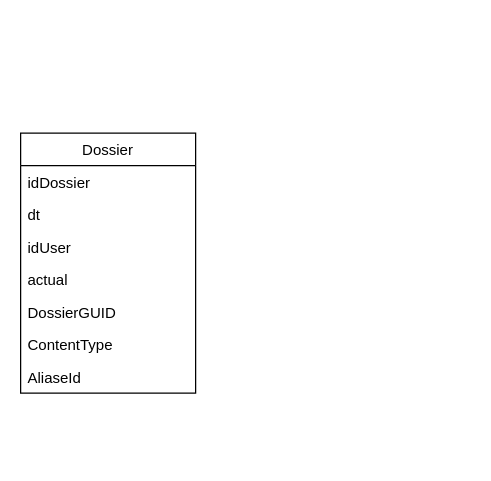
Before: GRLS.drawio in davyd0ff/so-line-grls, a draw.io diagram. Source tidied: cells renumbered, new cells numbered last; positions are measured from the earlier drawing's top-left corner, leaving out a move shared by most shapes. Both pictures are drawn from the tidied source at 125%, with x=0, y=0 at pixel (20, 132).
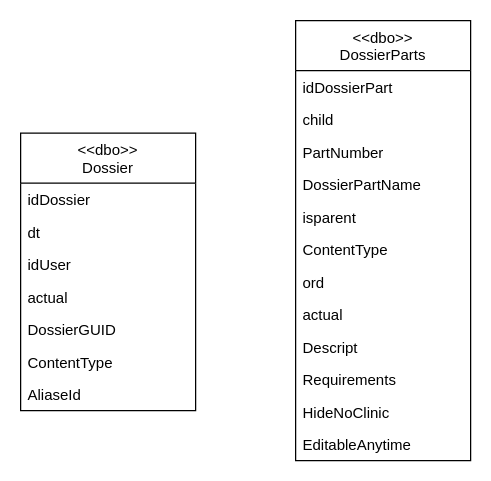
The same page after the edit.

Commit message:
Обновление GRLS. add dossier parts.drawio

Diff of the diagram source:
```diff
@@
-    <mxCell id="2" value="Dossier" style="swimlane;fontStyle=0;horizontal=1;startSize=26;fillColor=none;" parent="1" vertex="1">
-      <mxGeometry width="140" height="208" as="geometry" />
+    <mxCell id="2" value="&lt;&lt;dbo&gt;&gt;&#10;Dossier" style="swimlane;fontStyle=0;horizontal=1;startSize=40;fillColor=none;" parent="1" vertex="1">
+      <mxGeometry width="140" height="222" as="geometry" />
     </mxCell>
     <mxCell id="3" value="idDossier" style="text;strokeColor=none;fillColor=none;align=left;verticalAlign=top;spacingLeft=4;spacingRight=4;overflow=hidden;" parent="2" vertex="1">
-      <mxGeometry y="26" width="140" height="26" as="geometry" />
+      <mxGeometry y="40" width="140" height="26" as="geometry" />
     </mxCell>
     <mxCell id="4" value="dt" style="text;strokeColor=none;fillColor=none;align=left;verticalAlign=top;spacingLeft=4;spacingRight=4;overflow=hidden;" parent="2" vertex="1">
-      <mxGeometry y="52" width="140" height="26" as="geometry" />
+      <mxGeometry y="66" width="140" height="26" as="geometry" />
     </mxCell>
     <mxCell id="5" value="idUser" style="text;strokeColor=none;fillColor=none;align=left;verticalAlign=top;spacingLeft=4;spacingRight=4;overflow=hidden;" parent="2" vertex="1">
-      <mxGeometry y="78" width="140" height="26" as="geometry" />
+      <mxGeometry y="92" width="140" height="26" as="geometry" />
     </mxCell>
     <mxCell id="6" value="actual" style="text;strokeColor=none;fillColor=none;align=left;verticalAlign=top;spacingLeft=4;spacingRight=4;overflow=hidden;" parent="2" vertex="1">
-      <mxGeometry y="104" width="140" height="26" as="geometry" />
+      <mxGeometry y="118" width="140" height="26" as="geometry" />
     </mxCell>
     <mxCell id="7" value="DossierGUID" style="text;strokeColor=none;fillColor=none;align=left;verticalAlign=top;spacingLeft=4;spacingRight=4;overflow=hidden;" parent="2" vertex="1">
-      <mxGeometry y="130" width="140" height="26" as="geometry" />
+      <mxGeometry y="144" width="140" height="26" as="geometry" />
     </mxCell>
     <mxCell id="8" value="ContentType" style="text;strokeColor=none;fillColor=none;align=left;verticalAlign=top;spacingLeft=4;spacingRight=4;overflow=hidden;" parent="2" vertex="1">
-      <mxGeometry y="156" width="140" height="26" as="geometry" />
+      <mxGeometry y="170" width="140" height="26" as="geometry" />
     </mxCell>
     <mxCell id="9" value="AliaseId" style="text;strokeColor=none;fillColor=none;align=left;verticalAlign=top;spacingLeft=4;spacingRight=4;overflow=hidden;" parent="2" vertex="1">
-      <mxGeometry y="182" width="140" height="26" as="geometry" />
+      <mxGeometry y="196" width="140" height="26" as="geometry" />
     </mxCell>
+    <mxCell id="10" value="&lt;&lt;dbo&gt;&gt;&#10;DossierParts" style="swimlane;fontStyle=0;horizontal=1;startSize=40;fillColor=none;" parent="1" vertex="1">
+      <mxGeometry x="220" y="-90" width="140" height="352" as="geometry" />
+    </mxCell>
+    <mxCell id="11" value="idDossierPart" style="text;strokeColor=none;fillColor=none;align=left;verticalAlign=top;spacingLeft=4;spacingRight=4;overflow=hidden;" parent="10" vertex="1">
+      <mxGeometry y="40" width="140" height="26" as="geometry" />
+    </mxCell>
+    <mxCell id="12" value="child" style="text;strokeColor=none;fillColor=none;align=left;verticalAlign=top;spacingLeft=4;spacingRight=4;overflow=hidden;" parent="10" vertex="1">
+      <mxGeometry y="66" width="140" height="26" as="geometry" />
+    </mxCell>
+    <mxCell id="13" value="PartNumber" style="text;strokeColor=none;fillColor=none;align=left;verticalAlign=top;spacingLeft=4;spacingRight=4;overflow=hidden;" parent="10" vertex="1">
+      <mxGeometry y="92" width="140" height="26" as="geometry" />
+    </mxCell>
+    <mxCell id="14" value="DossierPartName" style="text;strokeColor=none;fillColor=none;align=left;verticalAlign=top;spacingLeft=4;spacingRight=4;overflow=hidden;" parent="10" vertex="1">
+      <mxGeometry y="118" width="140" height="26" as="geometry" />
+    </mxCell>
+    <mxCell id="15" value="isparent" style="text;strokeColor=none;fillColor=none;align=left;verticalAlign=top;spacingLeft=4;spacingRight=4;overflow=hidden;" parent="10" vertex="1">
+      <mxGeometry y="144" width="140" height="26" as="geometry" />
+    </mxCell>
+    <mxCell id="16" value="ContentType" style="text;strokeColor=none;fillColor=none;align=left;verticalAlign=top;spacingLeft=4;spacingRight=4;overflow=hidden;" parent="10" vertex="1">
+      <mxGeometry y="170" width="140" height="26" as="geometry" />
+    </mxCell>
+    <mxCell id="17" value="ord" style="text;strokeColor=none;fillColor=none;align=left;verticalAlign=top;spacingLeft=4;spacingRight=4;overflow=hidden;" parent="10" vertex="1">
+      <mxGeometry y="196" width="140" height="26" as="geometry" />
+    </mxCell>
+    <mxCell id="18" value="actual" style="text;strokeColor=none;fillColor=none;align=left;verticalAlign=top;spacingLeft=4;spacingRight=4;overflow=hidden;" parent="10" vertex="1">
+      <mxGeometry y="222" width="140" height="26" as="geometry" />
+    </mxCell>
+    <mxCell id="19" value="Descript" style="text;strokeColor=none;fillColor=none;align=left;verticalAlign=top;spacingLeft=4;spacingRight=4;overflow=hidden;" parent="10" vertex="1">
+      <mxGeometry y="248" width="140" height="26" as="geometry" />
+    </mxCell>
+    <mxCell id="20" value="Requirements" style="text;strokeColor=none;fillColor=none;align=left;verticalAlign=top;spacingLeft=4;spacingRight=4;overflow=hidden;" parent="10" vertex="1">
+      <mxGeometry y="274" width="140" height="26" as="geometry" />
+    </mxCell>
+    <mxCell id="21" value="HideNoClinic" style="text;strokeColor=none;fillColor=none;align=left;verticalAlign=top;spacingLeft=4;spacingRight=4;overflow=hidden;" parent="10" vertex="1">
+      <mxGeometry y="300" width="140" height="26" as="geometry" />
+    </mxCell>
+    <mxCell id="22" value="EditableAnytime" style="text;strokeColor=none;fillColor=none;align=left;verticalAlign=top;spacingLeft=4;spacingRight=4;overflow=hidden;" parent="10" vertex="1">
+      <mxGeometry y="326" width="140" height="26" as="geometry" />
+    </mxCell>
```
